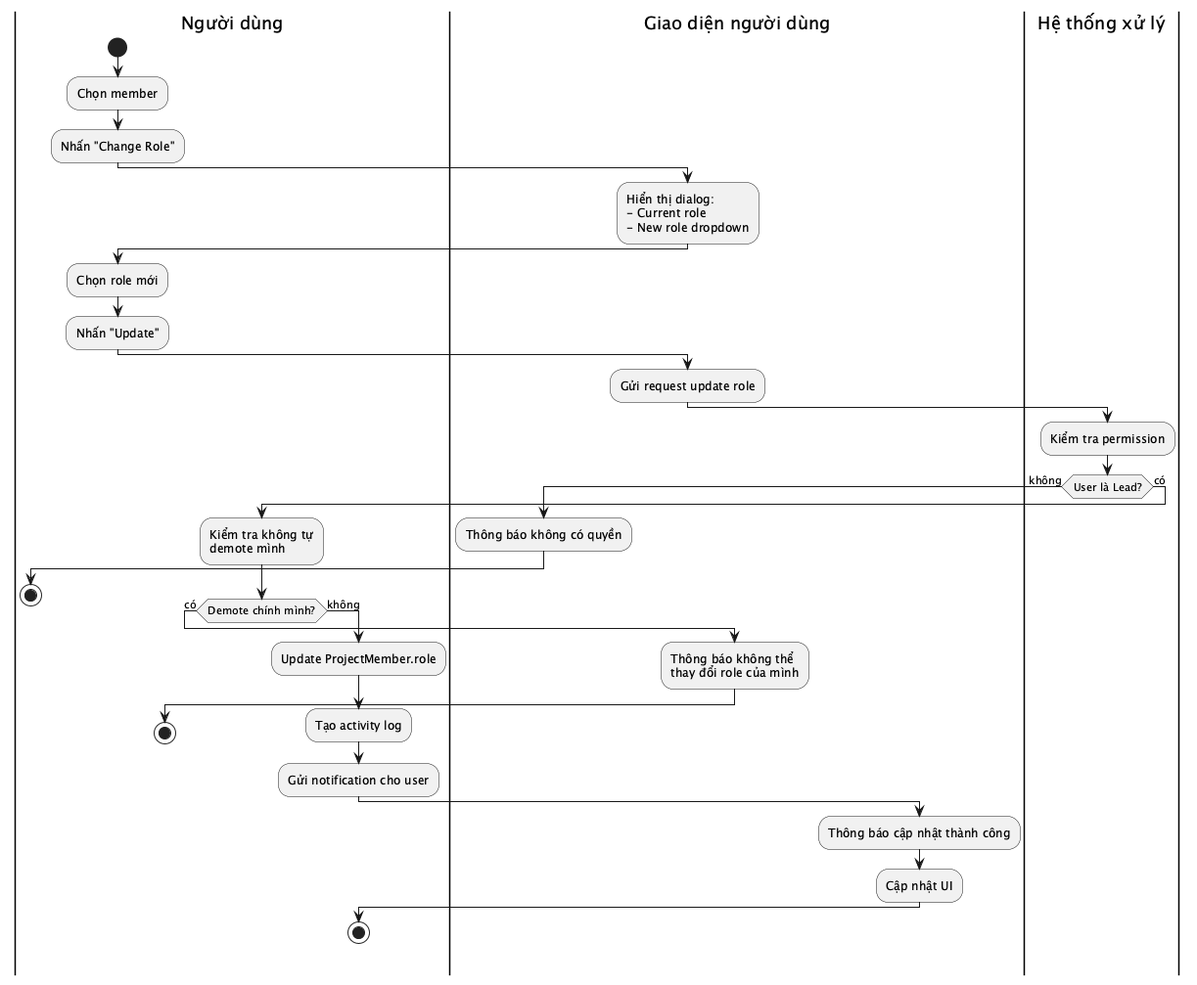
Before: reports/dat-examples/report/images/act_change_project_role.png, a diagram exported from PlantUML (toantran292/datn).
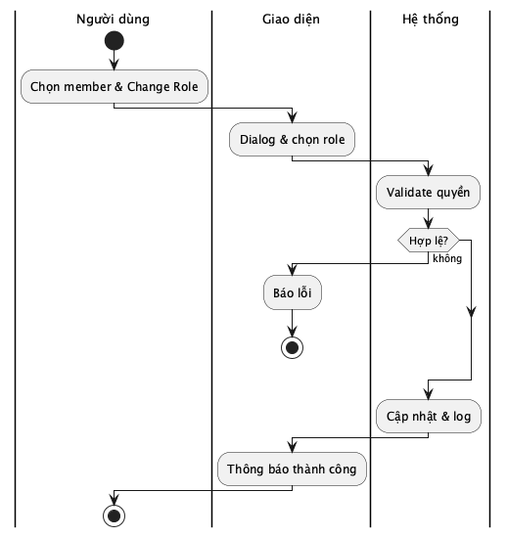
Later version of the same file.

What changed in the source:
```diff
@@ -1,42 +1,32 @@
 @startuml act_change_project_role
+skinparam defaultFontSize 13
+skinparam activityFontSize 12
+skinparam activityDiamondFontSize 11
+skinparam activityArrowFontSize 10
+skinparam partitionFontSize 13
+
 |Người dùng|
 start
-:Chọn member;
-:Nhấn "Change Role";
-|Giao diện người dùng|
-:Hiển thị dialog:
-- Current role
-- New role dropdown;
+:Chọn member & Change Role;
+
+|Giao diện|
+:Dialog & chọn role;
+
+|Hệ thống|
+:Validate quyền;
+
+if (Hợp lệ?) then (không)
+  |Giao diện|
+  :Báo lỗi;
+  stop
+endif
+
+|Hệ thống|
+:Cập nhật & log;
+
+|Giao diện|
+:Thông báo thành công;
+
 |Người dùng|
-:Chọn role mới;
-:Nhấn "Update";
-|Giao diện người dùng|
-:Gửi request update role;
-|Hệ thống xử lý|
-:Kiểm tra permission;
-if (User là Lead?) then (không)
-  |Giao diện người dùng|
-  :Thông báo không có quyền;
-  |Người dùng|
-  stop
-else (có)
-  :Kiểm tra không tự
-  demote mình;
-  if (Demote chính mình?) then (có)
-    |Giao diện người dùng|
-    :Thông báo không thể
-    thay đổi role của mình;
-    |Người dùng|
-    stop
-  else (không)
-    :Update ProjectMember.role;
-    :Tạo activity log;
-    :Gửi notification cho user;
-    |Giao diện người dùng|
-    :Thông báo cập nhật thành công;
-    :Cập nhật UI;
-    |Người dùng|
-    stop
-  endif
-endif
+stop
 @enduml
```
